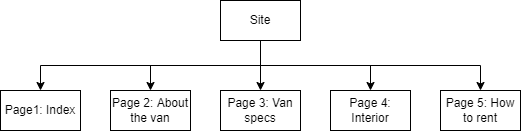
Before: itis3135/images/project_site_map.png, a diagram exported from draw.io (GingerWookiee/GingerWookie.github.io). Source tidied: cells renumbered, new cells last; positions are measured from the earlier drawing's top-left corner, leaving out a move shared by most shapes. Source of this version:
```xml
<mxGraphModel>
  <root>
    <mxCell id="0" />
    <mxCell id="1" parent="0" />
    <mxCell id="2" style="edgeStyle=orthogonalEdgeStyle;rounded=0;jettySize=auto;html=1;exitX=0.5;exitY=1;exitDx=0;exitDy=0;entryX=0.5;entryY=0;entryDx=0;entryDy=0;shadow=0;fillColor=#000000;" parent="1" edge="1" source="7" target="8">
      <mxGeometry relative="1" as="geometry" />
    </mxCell>
    <mxCell id="3" style="edgeStyle=orthogonalEdgeStyle;rounded=0;jettySize=auto;html=1;exitX=0.5;exitY=1;exitDx=0;exitDy=0;entryX=0.5;entryY=0;entryDx=0;entryDy=0;shadow=0;fillColor=#000000;" parent="1" edge="1" source="7" target="9">
      <mxGeometry relative="1" as="geometry" />
    </mxCell>
    <mxCell id="4" style="edgeStyle=orthogonalEdgeStyle;rounded=0;jettySize=auto;html=1;exitX=0.5;exitY=1;exitDx=0;exitDy=0;shadow=0;fillColor=#000000;" parent="1" edge="1" source="7" target="10">
      <mxGeometry relative="1" as="geometry" />
    </mxCell>
    <mxCell id="5" style="edgeStyle=orthogonalEdgeStyle;rounded=0;jettySize=auto;html=1;exitX=0.5;exitY=1;exitDx=0;exitDy=0;entryX=0.5;entryY=0;entryDx=0;entryDy=0;shadow=0;fillColor=#000000;" parent="1" edge="1" source="7" target="11">
      <mxGeometry relative="1" as="geometry" />
    </mxCell>
    <mxCell id="6" style="edgeStyle=orthogonalEdgeStyle;rounded=0;jettySize=auto;html=1;exitX=0.5;exitY=1;exitDx=0;exitDy=0;shadow=0;fillColor=#000000;" parent="1" edge="1" source="7" target="12">
      <mxGeometry relative="1" as="geometry" />
    </mxCell>
    <mxCell id="7" value="Site" style="rounded=0;whiteSpace=wrap;html=1;" parent="1" vertex="1">
      <mxGeometry x="220" width="80" height="40" as="geometry" />
    </mxCell>
    <mxCell id="8" value="Page1: Index" style="rounded=0;whiteSpace=wrap;html=1;" parent="1" vertex="1">
      <mxGeometry y="90" width="80" height="40" as="geometry" />
    </mxCell>
    <mxCell id="9" value="Page 2: About the van" style="rounded=0;whiteSpace=wrap;html=1;" parent="1" vertex="1">
      <mxGeometry x="110" y="90" width="80" height="40" as="geometry" />
    </mxCell>
    <mxCell id="10" value="Page 3: Van specs" style="rounded=0;whiteSpace=wrap;html=1;" parent="1" vertex="1">
      <mxGeometry x="220" y="90" width="80" height="40" as="geometry" />
    </mxCell>
    <mxCell id="11" value="Page 4: Interior" style="rounded=0;whiteSpace=wrap;html=1;" parent="1" vertex="1">
      <mxGeometry x="330" y="90" width="80" height="40" as="geometry" />
    </mxCell>
    <mxCell id="12" value="Page 5: How to rent" style="rounded=0;whiteSpace=wrap;html=1;" parent="1" vertex="1">
      <mxGeometry x="440" y="90" width="80" height="40" as="geometry" />
    </mxCell>
    <mxCell id="13" style="edgeStyle=orthogonalEdgeStyle;rounded=0;orthogonalLoop=1;jettySize=auto;html=1;exitX=0.5;exitY=1;exitDx=0;exitDy=0;" parent="1" edge="1" source="10" target="10">
      <mxGeometry relative="1" as="geometry" />
    </mxCell>
  </root>
</mxGraphModel>
```
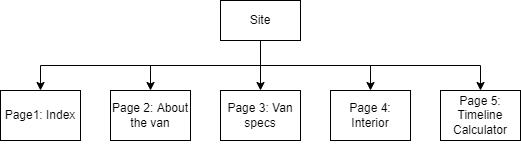
The same file after the commit.

What changed in the source:
```diff
@@ -21,19 +21,19 @@
       <mxGeometry x="220" width="80" height="40" as="geometry" />
     </mxCell>
     <mxCell id="8" value="Page1: Index" style="rounded=0;whiteSpace=wrap;html=1;" parent="1" vertex="1">
-      <mxGeometry y="90" width="80" height="40" as="geometry" />
+      <mxGeometry y="90" width="80" height="50" as="geometry" />
     </mxCell>
     <mxCell id="9" value="Page 2: About the van" style="rounded=0;whiteSpace=wrap;html=1;" parent="1" vertex="1">
-      <mxGeometry x="110" y="90" width="80" height="40" as="geometry" />
+      <mxGeometry x="110" y="90" width="80" height="50" as="geometry" />
     </mxCell>
     <mxCell id="10" value="Page 3: Van specs" style="rounded=0;whiteSpace=wrap;html=1;" parent="1" vertex="1">
-      <mxGeometry x="220" y="90" width="80" height="40" as="geometry" />
+      <mxGeometry x="220" y="90" width="80" height="50" as="geometry" />
     </mxCell>
     <mxCell id="11" value="Page 4: Interior" style="rounded=0;whiteSpace=wrap;html=1;" parent="1" vertex="1">
-      <mxGeometry x="330" y="90" width="80" height="40" as="geometry" />
+      <mxGeometry x="330" y="90" width="80" height="50" as="geometry" />
     </mxCell>
-    <mxCell id="12" value="Page 5: How to rent" style="rounded=0;whiteSpace=wrap;html=1;" parent="1" vertex="1">
-      <mxGeometry x="440" y="90" width="80" height="40" as="geometry" />
+    <mxCell id="12" value="Page 5: Timeline Calculator" style="rounded=0;whiteSpace=wrap;html=1;" parent="1" vertex="1">
+      <mxGeometry x="440" y="90" width="80" height="50" as="geometry" />
     </mxCell>
     <mxCell id="13" style="edgeStyle=orthogonalEdgeStyle;rounded=0;orthogonalLoop=1;jettySize=auto;html=1;exitX=0.5;exitY=1;exitDx=0;exitDy=0;" parent="1" edge="1" source="10" target="10">
       <mxGeometry relative="1" as="geometry" />
```
